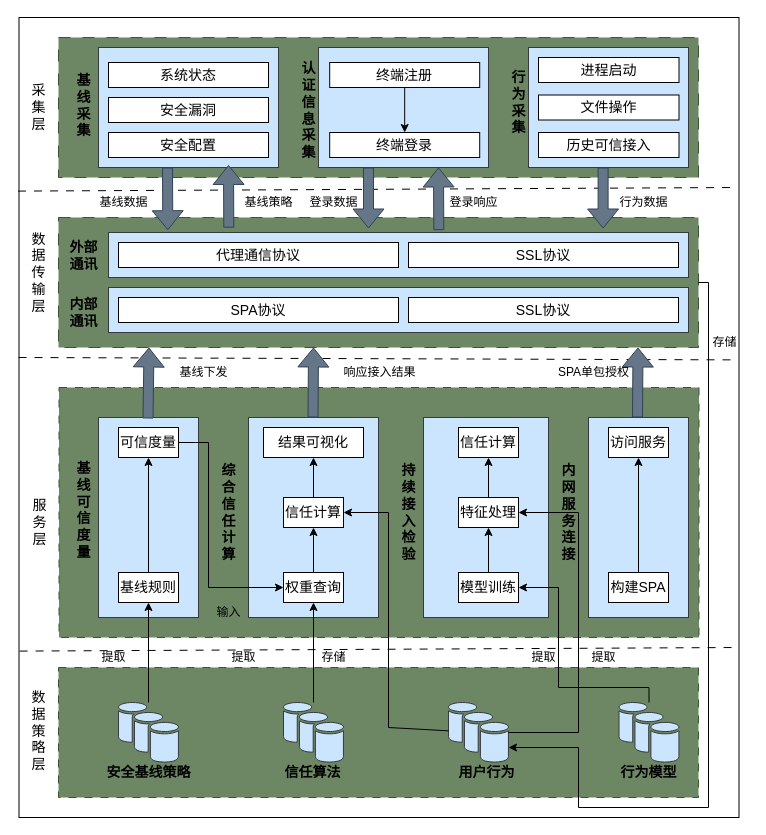
The draw.io diagram testDirectory/零信任可信接入系统架构图.drawio in Moose1273/-, before the edit. Source tidied: cells renumbered, new cells numbered last; positions are measured from the earlier drawing's top-left corner, leaving out a move shared by most shapes. Both pictures are drawn from the tidied source at 100%, with x=0, y=0 at pixel (18, 17).
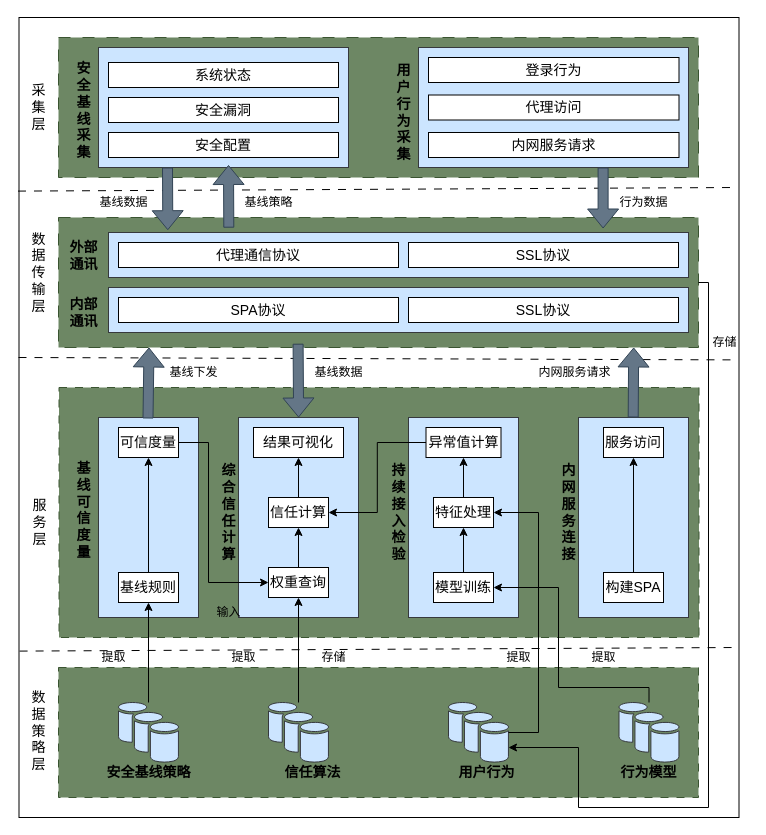
Above is the later version.

Commit message (it also covers changes not shown here):
更新零信任可信接入系统架构图.drawio

The change refers to these unchanged cells:
```xml
<mxCell id="38" style="sketch=0;shadow=0;dashed=0;html=1;strokeColor=#36393d;fillColor=#cce5ff;labelPosition=center;verticalLabelPosition=bottom;verticalAlign=top;outlineConnect=0;align=center;shape=mxgraph.office.databases.database_availability_group;fontSize=14;" parent="1" vertex="1">
  <mxGeometry x="430" y="685" width="60" height="60" as="geometry" />
</mxCell>
<mxCell id="59" value="可信度量" style="rounded=0;whiteSpace=wrap;html=1;fontSize=14;" parent="1" vertex="1">
  <mxGeometry x="100" y="410" width="60" height="30" as="geometry" />
</mxCell>
```

What changed in the source:
```diff
@@
     <mxCell id="11" style="rounded=0;whiteSpace=wrap;html=1;fillColor=#cce5ff;strokeColor=#36393d;" parent="1" vertex="1">
-      <mxGeometry x="570" y="400" width="100" height="200" as="geometry" />
+      <mxGeometry x="560" y="400" width="110" height="200" as="geometry" />
     </mxCell>
@@
     <mxCell id="14" style="rounded=0;whiteSpace=wrap;html=1;fillColor=#cce5ff;strokeColor=#36393d;fontSize=14;" parent="1" vertex="1">
-      <mxGeometry x="80" y="30" width="180" height="120" as="geometry" />
+      <mxGeometry x="80" y="30" width="250" height="120" as="geometry" />
     </mxCell>
     <mxCell id="15" value="安全配置" style="rounded=0;whiteSpace=wrap;html=1;fontSize=14;" parent="1" vertex="1">
-      <mxGeometry x="90" y="115" width="160" height="25" as="geometry" />
+      <mxGeometry x="90" y="115" width="230" height="25" as="geometry" />
     </mxCell>
     <mxCell id="16" value="安全漏洞" style="rounded=0;whiteSpace=wrap;html=1;fontSize=14;" parent="1" vertex="1">
-      <mxGeometry x="90" y="80" width="160" height="25" as="geometry" />
+      <mxGeometry x="90" y="80" width="230" height="25" as="geometry" />
     </mxCell>
-    <mxCell id="17" style="rounded=0;whiteSpace=wrap;html=1;fillColor=#cce5ff;strokeColor=#36393d;fontSize=14;" parent="1" vertex="1">
-      <mxGeometry x="300" y="30" width="170" height="120" as="geometry" />
-    </mxCell>
-    <mxCell id="18" style="edgeStyle=orthogonalEdgeStyle;rounded=0;jettySize=auto;html=1;exitX=0.5;exitY=1;exitDx=0;exitDy=0;entryX=0.5;entryY=0;entryDx=0;entryDy=0;" parent="1" edge="1" source="19" target="32">
-      <mxGeometry relative="1" as="geometry" />
-    </mxCell>
-    <mxCell id="19" value="终端注册" style="rounded=0;whiteSpace=wrap;html=1;fontSize=14;" parent="1" vertex="1">
-      <mxGeometry x="311.2" y="45" width="150" height="25" as="geometry" />
-    </mxCell>
@@
-    <mxCell id="23" value="&lt;b style=&quot;font-size: 14px;&quot;&gt;基&lt;br style=&quot;font-size: 14px;&quot;&gt;&lt;span style=&quot;font-size: 14px;&quot;&gt;线&lt;br style=&quot;font-size: 14px;&quot;&gt;&lt;/span&gt;&lt;span style=&quot;font-size: 14px;&quot;&gt;采&lt;br style=&quot;font-size: 14px;&quot;&gt;&lt;/span&gt;&lt;span style=&quot;font-size: 14px;&quot;&gt;集&lt;/span&gt;&lt;/b&gt;" style="text;html=1;align=center;verticalAlign=middle;strokeColor=none;fillColor=none;fontSize=14;" parent="1" vertex="1">
-      <mxGeometry x="45" y="47.5" width="40" height="80" as="geometry" />
+    <mxCell id="23" value="&lt;b style=&quot;font-size: 14px;&quot;&gt;安&lt;/b&gt;&lt;div&gt;&lt;b style=&quot;font-size: 14px;&quot;&gt;全&lt;/b&gt;&lt;/div&gt;&lt;div&gt;&lt;b style=&quot;font-size: 14px;&quot;&gt;基&lt;br style=&quot;font-size: 14px;&quot;&gt;&lt;span style=&quot;font-size: 14px;&quot;&gt;线&lt;br style=&quot;font-size: 14px;&quot;&gt;&lt;/span&gt;&lt;span style=&quot;font-size: 14px;&quot;&gt;采&lt;br style=&quot;font-size: 14px;&quot;&gt;&lt;/span&gt;&lt;span style=&quot;font-size: 14px;&quot;&gt;集&lt;/span&gt;&lt;/b&gt;&lt;/div&gt;" style="text;html=1;align=center;verticalAlign=middle;strokeColor=none;fillColor=none;fontSize=14;" parent="1" vertex="1">
+      <mxGeometry x="45" y="37.5" width="40" height="110" as="geometry" />
     </mxCell>
     <mxCell id="24" style="rounded=0;whiteSpace=wrap;html=1;fillColor=#cce5ff;strokeColor=#36393d;fontSize=14;" parent="1" vertex="1">
-      <mxGeometry x="510" y="30" width="160" height="120" as="geometry" />
+      <mxGeometry x="400" y="30" width="270" height="120" as="geometry" />
     </mxCell>
-    <mxCell id="25" value="&lt;b style=&quot;font-size: 14px;&quot;&gt;&lt;span style=&quot;font-size: 14px;&quot;&gt;行&lt;br style=&quot;font-size: 14px;&quot;&gt;为&lt;br style=&quot;font-size: 14px;&quot;&gt;&lt;/span&gt;&lt;span style=&quot;font-size: 14px;&quot;&gt;采&lt;br style=&quot;font-size: 14px;&quot;&gt;&lt;/span&gt;&lt;span style=&quot;font-size: 14px;&quot;&gt;集&lt;/span&gt;&lt;/b&gt;" style="text;html=1;align=center;verticalAlign=middle;strokeColor=none;fillColor=none;fontSize=14;" parent="1" vertex="1">
-      <mxGeometry x="480" y="45" width="40" height="80" as="geometry" />
+    <mxCell id="25" value="&lt;b style=&quot;font-size: 14px;&quot;&gt;&lt;span style=&quot;font-size: 14px;&quot;&gt;用&lt;/span&gt;&lt;/b&gt;&lt;div&gt;&lt;b style=&quot;font-size: 14px;&quot;&gt;&lt;span style=&quot;font-size: 14px;&quot;&gt;户&lt;/span&gt;&lt;/b&gt;&lt;/div&gt;&lt;div&gt;&lt;b style=&quot;font-size: 14px;&quot;&gt;&lt;span style=&quot;font-size: 14px;&quot;&gt;行&lt;br style=&quot;font-size: 14px;&quot;&gt;为&lt;br style=&quot;font-size: 14px;&quot;&gt;&lt;/span&gt;&lt;span style=&quot;font-size: 14px;&quot;&gt;采&lt;br style=&quot;font-size: 14px;&quot;&gt;&lt;/span&gt;&lt;span style=&quot;font-size: 14px;&quot;&gt;集&lt;/span&gt;&lt;/b&gt;&lt;/div&gt;" style="text;html=1;align=center;verticalAlign=middle;strokeColor=none;fillColor=none;fontSize=14;" parent="1" vertex="1">
+      <mxGeometry x="365" y="40" width="40" height="110" as="geometry" />
     </mxCell>
     <mxCell id="26" value="&lt;span style=&quot;font-size: 14px;&quot;&gt;&lt;b&gt;持&lt;br&gt;续&lt;br&gt;接&lt;br&gt;入&lt;br&gt;检&lt;br&gt;验&lt;/b&gt;&lt;/span&gt;" style="text;html=1;align=center;verticalAlign=middle;strokeColor=none;fillColor=none;" parent="1" vertex="1">
-      <mxGeometry x="370" y="440" width="40" height="110" as="geometry" />
+      <mxGeometry x="360" y="440" width="40" height="110" as="geometry" />
     </mxCell>
     <mxCell id="27" style="sketch=0;shadow=0;dashed=0;html=1;strokeColor=#36393d;fillColor=#cce5ff;labelPosition=center;verticalLabelPosition=bottom;verticalAlign=top;outlineConnect=0;align=center;shape=mxgraph.office.databases.database_availability_group;fontSize=14;" parent="1" vertex="1">
-      <mxGeometry x="265" y="685" width="60" height="60" as="geometry" />
+      <mxGeometry x="250" y="685" width="60" height="60" as="geometry" />
     </mxCell>
-    <mxCell id="28" value="历史可信接入" style="rounded=0;whiteSpace=wrap;html=1;fontSize=14;" parent="1" vertex="1">
-      <mxGeometry x="520" y="115" width="140.5" height="25" as="geometry" />
+    <mxCell id="28" value="内网服务请求" style="rounded=0;whiteSpace=wrap;html=1;fontSize=14;" parent="1" vertex="1">
+      <mxGeometry x="410" y="115" width="250.5" height="25" as="geometry" />
     </mxCell>
-    <mxCell id="29" value="文件操作" style="rounded=0;whiteSpace=wrap;html=1;fontSize=14;" parent="1" vertex="1">
-      <mxGeometry x="520" y="77.5" width="140.5" height="25" as="geometry" />
+    <mxCell id="29" value="代理访问" style="rounded=0;whiteSpace=wrap;html=1;fontSize=14;" parent="1" vertex="1">
+      <mxGeometry x="410" y="77.5" width="250.5" height="25" as="geometry" />
     </mxCell>
-    <mxCell id="30" value="进程启动" style="rounded=0;whiteSpace=wrap;html=1;fontSize=14;" parent="1" vertex="1">
-      <mxGeometry x="520" y="40" width="140.5" height="25" as="geometry" />
+    <mxCell id="30" value="登录行为" style="rounded=0;whiteSpace=wrap;html=1;fontSize=14;" parent="1" vertex="1">
+      <mxGeometry x="410" y="40" width="250.5" height="25" as="geometry" />
     </mxCell>
     <mxCell id="31" value="系统状态" style="rounded=0;whiteSpace=wrap;html=1;fontSize=14;" parent="1" vertex="1">
-      <mxGeometry x="90" y="45" width="160" height="25" as="geometry" />
+      <mxGeometry x="90" y="45" width="230" height="25" as="geometry" />
     </mxCell>
-    <mxCell id="32" value="终端登录" style="rounded=0;whiteSpace=wrap;html=1;fontSize=14;" parent="1" vertex="1">
-      <mxGeometry x="311.2" y="115" width="150" height="25" as="geometry" />
-    </mxCell>
-    <mxCell id="33" value="&lt;span style=&quot;font-size: 14px;&quot;&gt;&lt;b style=&quot;font-size: 14px;&quot;&gt;认&lt;br style=&quot;font-size: 14px;&quot;&gt;证&lt;br style=&quot;font-size: 14px;&quot;&gt;信&lt;br style=&quot;font-size: 14px;&quot;&gt;息&lt;br style=&quot;font-size: 14px;&quot;&gt;采&lt;br style=&quot;font-size: 14px;&quot;&gt;集&lt;br style=&quot;font-size: 14px;&quot;&gt;&lt;/b&gt;&lt;/span&gt;" style="text;html=1;align=center;verticalAlign=middle;strokeColor=none;fillColor=none;fontSize=14;" parent="1" vertex="1">
-      <mxGeometry x="270" y="37.5" width="40" height="110" as="geometry" />
-    </mxCell>
@@
     <mxCell id="49" style="rounded=0;whiteSpace=wrap;html=1;fillColor=#cce5ff;strokeColor=#36393d;" parent="1" vertex="1">
-      <mxGeometry x="230" y="400" width="130" height="200" as="geometry" />
+      <mxGeometry x="220" y="400" width="120" height="200" as="geometry" />
     </mxCell>
@@
     <mxCell id="52" value="权重查询" style="whiteSpace=wrap;html=1;fontSize=14;verticalAlign=middle;sketch=0;shadow=0;dashed=0;" parent="1" vertex="1">
-      <mxGeometry x="265" y="555" width="60" height="30" as="geometry" />
+      <mxGeometry x="250" y="550" width="60" height="30" as="geometry" />
     </mxCell>
     <mxCell id="53" value="结果可视化" style="whiteSpace=wrap;html=1;fontSize=14;rounded=0;" parent="1" vertex="1">
-      <mxGeometry x="245" y="410" width="100" height="30" as="geometry" />
+      <mxGeometry x="235" y="410" width="90" height="30" as="geometry" />
     </mxCell>
     <mxCell id="54" style="rounded=0;whiteSpace=wrap;html=1;fillColor=#cce5ff;strokeColor=#36393d;" parent="1" vertex="1">
-      <mxGeometry x="405" y="400" width="125" height="200" as="geometry" />
+      <mxGeometry x="390" y="400" width="110" height="200" as="geometry" />
     </mxCell>
@@
     <mxCell id="56" value="构建SPA" style="whiteSpace=wrap;html=1;fontSize=14;rounded=0;" parent="1" vertex="1">
-      <mxGeometry x="590" y="555" width="60" height="30" as="geometry" />
+      <mxGeometry x="585" y="555" width="60" height="30" as="geometry" />
     </mxCell>
@@
-    <mxCell id="58" style="edgeStyle=orthogonalEdgeStyle;rounded=0;jettySize=auto;html=1;exitX=1;exitY=0.5;exitDx=0;exitDy=0;entryX=0;entryY=0.5;entryDx=0;entryDy=0;" parent="1" edge="1" source="59" target="52">
+    <mxCell id="58" style="edgeStyle=orthogonalEdgeStyle;rounded=0;jettySize=auto;html=1;entryX=0;entryY=0.5;entryDx=0;entryDy=0;" parent="1" edge="1" source="59" target="52">
       <mxGeometry relative="1" as="geometry">
         <Array as="points">
           <mxPoint x="190" y="425" />
-          <mxPoint x="190" y="570" />
+          <mxPoint x="190" y="565" />
         </Array>
       </mxGeometry>
     </mxCell>
@@
-    <mxCell id="65" style="shape=flexArrow;endArrow=classic;html=1;rounded=0;exitX=0.5;exitY=1;exitDx=0;exitDy=0;entryX=0.147;entryY=-0.052;entryDx=0;entryDy=0;entryPerimeter=0;fillColor=#647687;strokeColor=#314354;" parent="1" edge="1">
-      <mxGeometry relative="1" as="geometry">
-        <mxPoint x="350" y="150" as="sourcePoint" />
-        <mxPoint x="350" y="211" as="targetPoint" />
-      </mxGeometry>
-    </mxCell>
@@
-    <mxCell id="67" style="shape=flexArrow;endArrow=classic;html=1;rounded=0;entryX=0.127;entryY=0.995;entryDx=0;entryDy=0;entryPerimeter=0;fillColor=#647687;strokeColor=#314354;" parent="1" edge="1">
-      <mxGeometry relative="1" as="geometry">
-        <mxPoint x="294.5" y="400" as="sourcePoint" />
-        <mxPoint x="295" y="330" as="targetPoint" />
-      </mxGeometry>
-    </mxCell>
@@
-    <mxCell id="69" value="登录数据" style="text;html=1;align=center;verticalAlign=middle;strokeColor=none;fillColor=none;" parent="1" vertex="1">
-      <mxGeometry x="280" y="170" width="70" height="30" as="geometry" />
-    </mxCell>
@@
     <mxCell id="71" value="基线下发" style="text;html=1;align=center;verticalAlign=middle;strokeColor=none;fillColor=none;" parent="1" vertex="1">
-      <mxGeometry x="150" y="340" width="70" height="30" as="geometry" />
+      <mxGeometry x="140" y="340" width="70" height="30" as="geometry" />
     </mxCell>
-    <mxCell id="72" value="响应接入结果" style="text;html=1;align=center;verticalAlign=middle;strokeColor=none;fillColor=none;" parent="1" vertex="1">
-      <mxGeometry x="311.2" y="340" width="100" height="30" as="geometry" />
-    </mxCell>
@@
     <mxCell id="75" value="模型训练" style="whiteSpace=wrap;html=1;fontSize=14;verticalAlign=middle;sketch=0;shadow=0;dashed=0;" parent="1" vertex="1">
-      <mxGeometry x="440" y="555" width="60" height="30" as="geometry" />
+      <mxGeometry x="415" y="555" width="60" height="30" as="geometry" />
     </mxCell>
@@
     <mxCell id="77" value="特征处理" style="rounded=0;whiteSpace=wrap;html=1;fontSize=14;" parent="1" vertex="1">
-      <mxGeometry x="440" y="480" width="60" height="30" as="geometry" />
+      <mxGeometry x="415" y="480" width="60" height="30" as="geometry" />
     </mxCell>
+    <mxCell id="100" style="edgeStyle=orthogonalEdgeStyle;rounded=0;jettySize=auto;html=1;entryX=1;entryY=0.5;entryDx=0;entryDy=0;" parent="1" edge="1" source="78" target="85">
+      <mxGeometry relative="1" as="geometry" />
+    </mxCell>
-    <mxCell id="78" value="信任计算" style="whiteSpace=wrap;html=1;fontSize=14;rounded=0;" parent="1" vertex="1">
-      <mxGeometry x="440" y="410" width="60" height="30" as="geometry" />
+    <mxCell id="78" value="异常值计算" style="whiteSpace=wrap;html=1;fontSize=14;rounded=0;" parent="1" vertex="1">
+      <mxGeometry x="407.5" y="410" width="75" height="30" as="geometry" />
     </mxCell>
@@
     <mxCell id="83" style="edgeStyle=orthogonalEdgeStyle;rounded=0;jettySize=auto;html=1;entryX=1;entryY=0.5;entryDx=0;entryDy=0;" parent="1" edge="1" source="38" target="77">
       <mxGeometry relative="1" as="geometry">
         <Array as="points">
-          <mxPoint x="560" y="715" />
-          <mxPoint x="560" y="495" />
+          <mxPoint x="520" y="715" />
+          <mxPoint x="520" y="495" />
         </Array>
       </mxGeometry>
     </mxCell>
@@
     <mxCell id="85" value="信任计算" style="rounded=0;whiteSpace=wrap;html=1;fontSize=14;" parent="1" vertex="1">
-      <mxGeometry x="265" y="480" width="60" height="30" as="geometry" />
+      <mxGeometry x="250" y="480" width="60" height="30" as="geometry" />
     </mxCell>
@@
     <mxCell id="87" value="提取" style="text;html=1;align=center;verticalAlign=middle;strokeColor=none;fillColor=none;" parent="1" vertex="1">
-      <mxGeometry x="500" y="625" width="50" height="30" as="geometry" />
+      <mxGeometry x="475" y="625" width="50" height="30" as="geometry" />
     </mxCell>
@@
-    <mxCell id="89" value="访问服务" style="whiteSpace=wrap;html=1;fontSize=14;rounded=0;" parent="1" vertex="1">
-      <mxGeometry x="590" y="410" width="60" height="30" as="geometry" />
+    <mxCell id="89" value="服务访问" style="whiteSpace=wrap;html=1;fontSize=14;rounded=0;" parent="1" vertex="1">
+      <mxGeometry x="585" y="410" width="60" height="30" as="geometry" />
     </mxCell>
@@
     <mxCell id="91" style="shape=flexArrow;endArrow=classic;html=1;rounded=0;entryX=0.127;entryY=0.995;entryDx=0;entryDy=0;entryPerimeter=0;fillColor=#647687;strokeColor=#314354;" parent="1" edge="1">
       <mxGeometry relative="1" as="geometry">
-        <mxPoint x="619" y="400" as="sourcePoint" />
-        <mxPoint x="619.5" y="330" as="targetPoint" />
+        <mxPoint x="614.7" y="400" as="sourcePoint" />
+        <mxPoint x="615.2" y="330" as="targetPoint" />
       </mxGeometry>
     </mxCell>
-    <mxCell id="92" value="SPA单包授权" style="text;html=1;align=center;verticalAlign=middle;strokeColor=none;fillColor=none;" parent="1" vertex="1">
-      <mxGeometry x="530" y="340" width="90" height="30" as="geometry" />
+    <mxCell id="92" value="内网服务请求" style="text;html=1;align=center;verticalAlign=middle;strokeColor=none;fillColor=none;" parent="1" vertex="1">
+      <mxGeometry x="505.5" y="340" width="100" height="30" as="geometry" />
     </mxCell>
@@
-    <mxCell id="95" style="shape=flexArrow;endArrow=classic;html=1;rounded=0;exitX=0.5;exitY=1;exitDx=0;exitDy=0;entryX=0.147;entryY=-0.052;entryDx=0;entryDy=0;entryPerimeter=0;fillColor=#647687;strokeColor=#314354;" parent="1" edge="1">
-      <mxGeometry relative="1" as="geometry">
-        <mxPoint x="420.3" y="212.7" as="sourcePoint" />
-        <mxPoint x="420" y="150" as="targetPoint" />
-      </mxGeometry>
-    </mxCell>
-    <mxCell id="96" value="登录响应" style="text;html=1;align=center;verticalAlign=middle;strokeColor=none;fillColor=none;" parent="1" vertex="1">
-      <mxGeometry x="420" y="170" width="70" height="30" as="geometry" />
-    </mxCell>
@@
-    <mxCell id="98" style="endArrow=classic;html=1;rounded=0;entryX=1;entryY=0.5;entryDx=0;entryDy=0;" parent="1" edge="1" source="38" target="85">
-      <mxGeometry relative="1" as="geometry">
-        <Array as="points">
-          <mxPoint x="370" y="710" />
-          <mxPoint x="370" y="620" />
-          <mxPoint x="370" y="495" />
-        </Array>
-      </mxGeometry>
-    </mxCell>
@@
+    <mxCell id="101" style="shape=flexArrow;endArrow=classic;html=1;rounded=0;exitX=0.374;exitY=0.991;exitDx=0;exitDy=0;entryX=0.147;entryY=-0.052;entryDx=0;entryDy=0;entryPerimeter=0;fillColor=#647687;strokeColor=#314354;exitPerimeter=0;" parent="1" edge="1">
+      <mxGeometry relative="1" as="geometry">
+        <mxPoint x="279.6" y="326.2" as="sourcePoint" />
+        <mxPoint x="280.1" y="400" as="targetPoint" />
+      </mxGeometry>
+    </mxCell>
+    <mxCell id="102" value="基线数据" style="text;html=1;align=center;verticalAlign=middle;strokeColor=none;fillColor=none;" parent="1" vertex="1">
+      <mxGeometry x="285" y="340" width="70" height="30" as="geometry" />
+    </mxCell>
```
